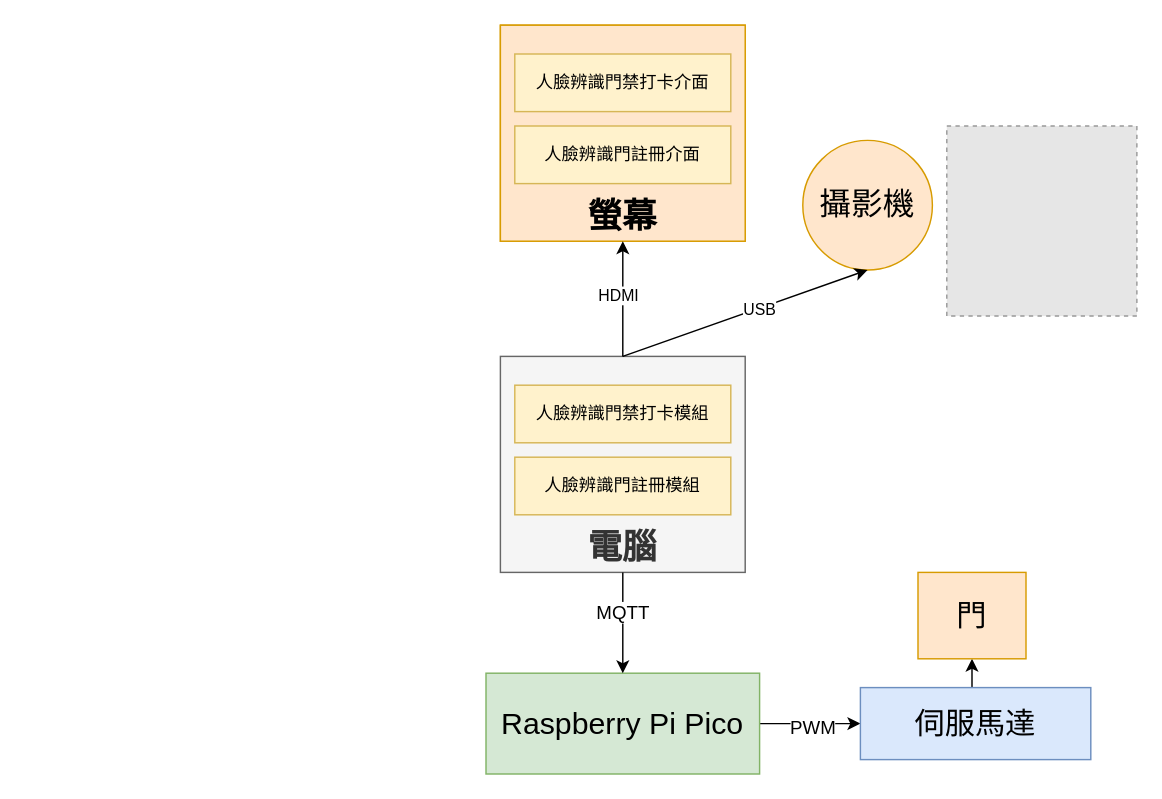
Before: page "Page-1" (1 of 2) of Untitled Diagram.drawio in LydiaGo/Face-Recognition-Access-Control-Time-Clock-System, a draw.io diagram. Source tidied: cells renumbered, new cells numbered last; positions are measured from the earlier drawing's top-left corner, leaving out a move shared by most shapes. Both pictures are drawn from the tidied source at 144%, with x=0, y=0 at pixel (485, 24). Pictures stored in the file or linked from it are replaced by grey dashed boxes.
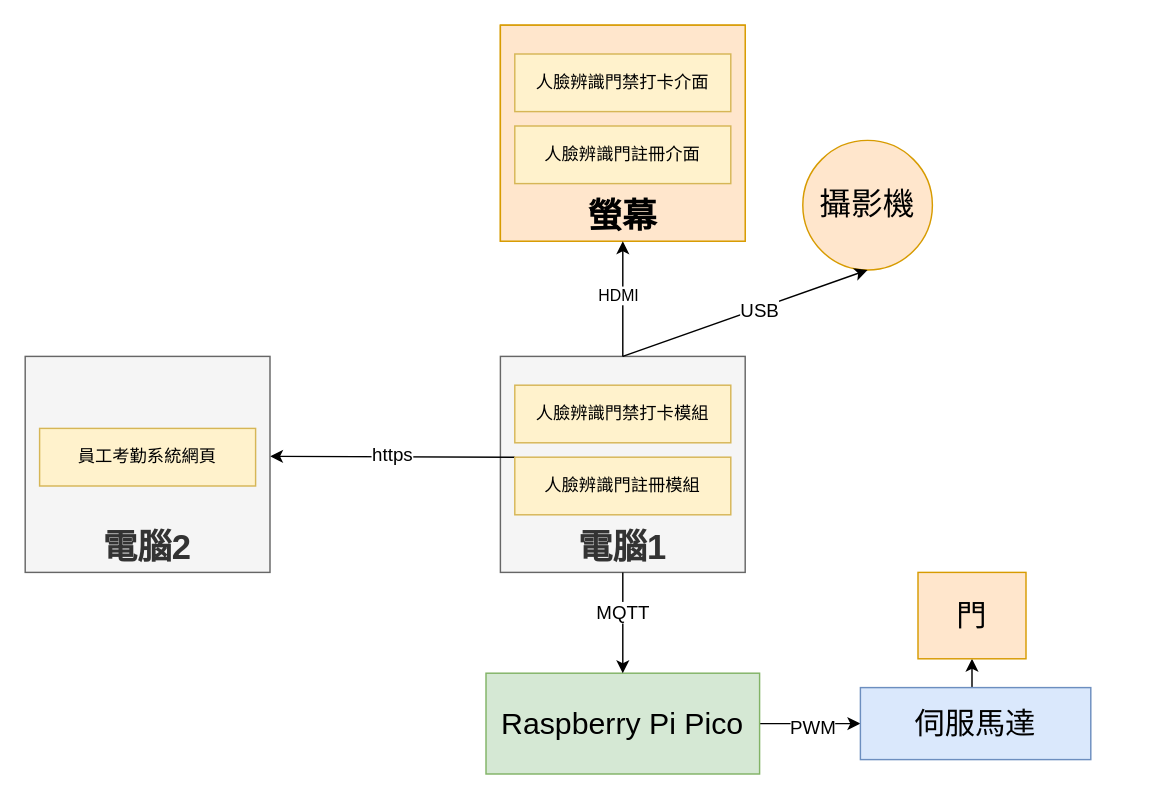
Above is the later version.

The change refers to these unchanged cells:
```xml
<mxCell id="2" style="group;" parent="1" vertex="1">
  <mxGeometry x="10" y="230" width="170" height="150" as="geometry" />
</mxCell>
<mxCell id="5" value="人臉辨識門註冊模組" style="whiteSpace=wrap;html=1;fillColor=#fff2cc;strokeColor=#d6b656;" parent="2" vertex="1">
  <mxGeometry x="10" y="70" width="150" height="40" as="geometry" />
</mxCell>
<mxCell id="22" style="rounded=0;jettySize=auto;html=1;exitX=0.5;exitY=0;exitDx=0;exitDy=0;entryX=0.5;entryY=1;entryDx=0;entryDy=0;" parent="1" edge="1" source="3" target="10">
  <mxGeometry relative="1" as="geometry" />
</mxCell>
```

Change to the diagram source:
```diff
@@
-    <mxCell id="3" value="&lt;b&gt;&lt;font style=&quot;font-size: 24px;&quot;&gt;電腦&lt;/font&gt;&lt;/b&gt;" style="whiteSpace=wrap;html=1;fillColor=#f5f5f5;strokeColor=#666666;fontColor=#333333;verticalAlign=bottom;" parent="2" vertex="1">
+    <mxCell id="3" value="&lt;b&gt;&lt;font style=&quot;font-size: 24px;&quot;&gt;電腦1&lt;/font&gt;&lt;/b&gt;" style="whiteSpace=wrap;html=1;fillColor=#f5f5f5;strokeColor=#666666;fontColor=#333333;verticalAlign=bottom;" parent="2" vertex="1">
       <mxGeometry width="170" height="150" as="geometry" />
     </mxCell>
@@
+    <mxCell id="24" style="rounded=0;jettySize=auto;html=1;exitX=0;exitY=0;exitDx=0;exitDy=0;" parent="2" edge="1" source="5">
+      <mxGeometry relative="1" as="geometry">
+        <mxPoint x="-160" y="69.4" as="targetPoint" />
+      </mxGeometry>
+    </mxCell>
+    <mxCell id="25" value="&lt;font style=&quot;font-size: 13px;&quot;&gt;https&lt;/font&gt;" style="edgeLabel;html=1;align=center;verticalAlign=middle;" parent="24" vertex="1">
+      <mxGeometry x="0.01" y="-2" relative="1" as="geometry" />
+    </mxCell>
@@
-    <mxCell id="11" style="fillColor=#E6E6E6;strokeColor=#999999;dashed=1;verticalLabelPosition=bottom;labelBackgroundColor=default;verticalAlign=top;" parent="1" vertex="1">
-      <mxGeometry x="320" y="70" width="132" height="132" as="geometry" />
-    </mxCell>
@@
-    <mxCell id="23" value="USB" style="edgeLabel;html=1;align=center;verticalAlign=middle;" parent="22" vertex="1">
+    <mxCell id="23" value="&lt;font style=&quot;font-size: 13px;&quot;&gt;USB&lt;/font&gt;" style="edgeLabel;html=1;align=center;verticalAlign=middle;" parent="22" vertex="1">
       <mxGeometry x="0.12" y="-1" relative="1" as="geometry">
         <mxPoint x="-1" as="offset" />
       </mxGeometry>
     </mxCell>
+    <mxCell id="26" style="group;" parent="1" vertex="1">
+      <mxGeometry x="-320" y="230" width="170" height="150" as="geometry" />
+    </mxCell>
+    <mxCell id="27" value="&lt;b&gt;&lt;font style=&quot;font-size: 24px;&quot;&gt;電腦2&lt;/font&gt;&lt;/b&gt;" style="whiteSpace=wrap;html=1;fillColor=#f5f5f5;strokeColor=#666666;fontColor=#333333;verticalAlign=bottom;" parent="26" vertex="1">
+      <mxGeometry width="170" height="150" as="geometry" />
+    </mxCell>
+    <mxCell id="28" value="員工考勤系統網頁" style="whiteSpace=wrap;html=1;fillColor=#fff2cc;strokeColor=#d6b656;" parent="27" vertex="1">
+      <mxGeometry x="10" y="50" width="150" height="40" as="geometry" />
+    </mxCell>
```
